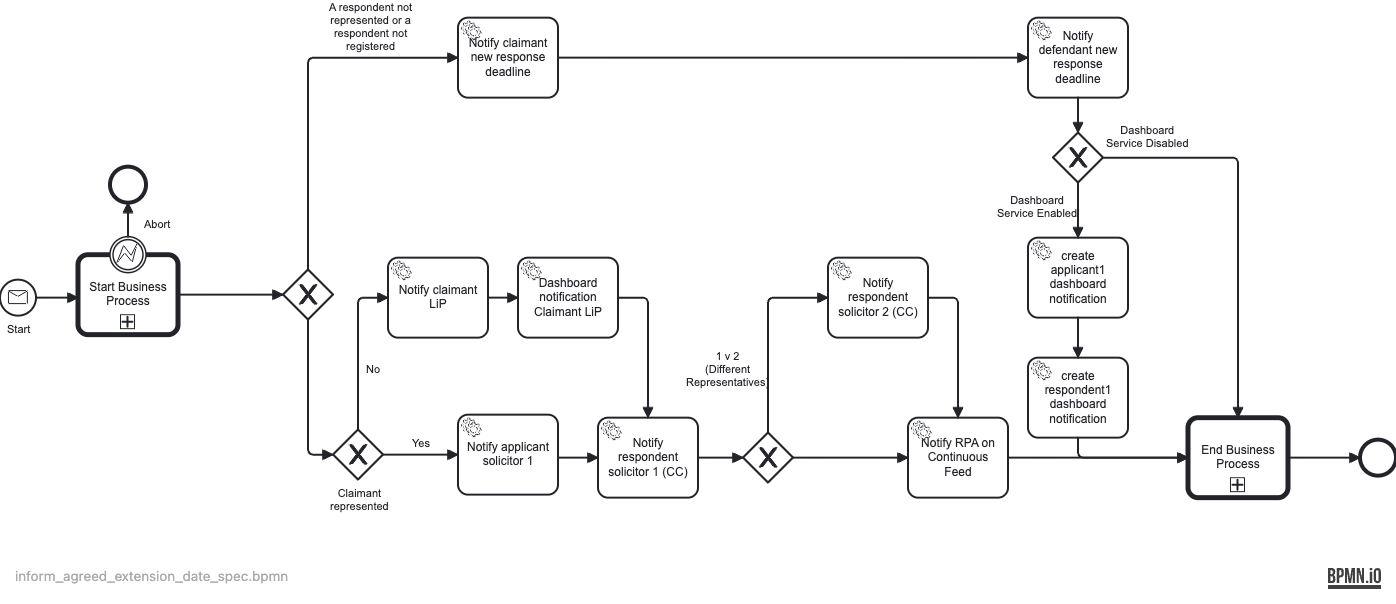
The BPMN diagram docs/bpmn-diagrams/inform_agreed_extension_date_spec.png in hmcts/civil-service, before a commit. Its source is kept beside it as src/main/resources/camunda/inform_agreed_extension_date_spec.bpmn. Ids are renumbered.
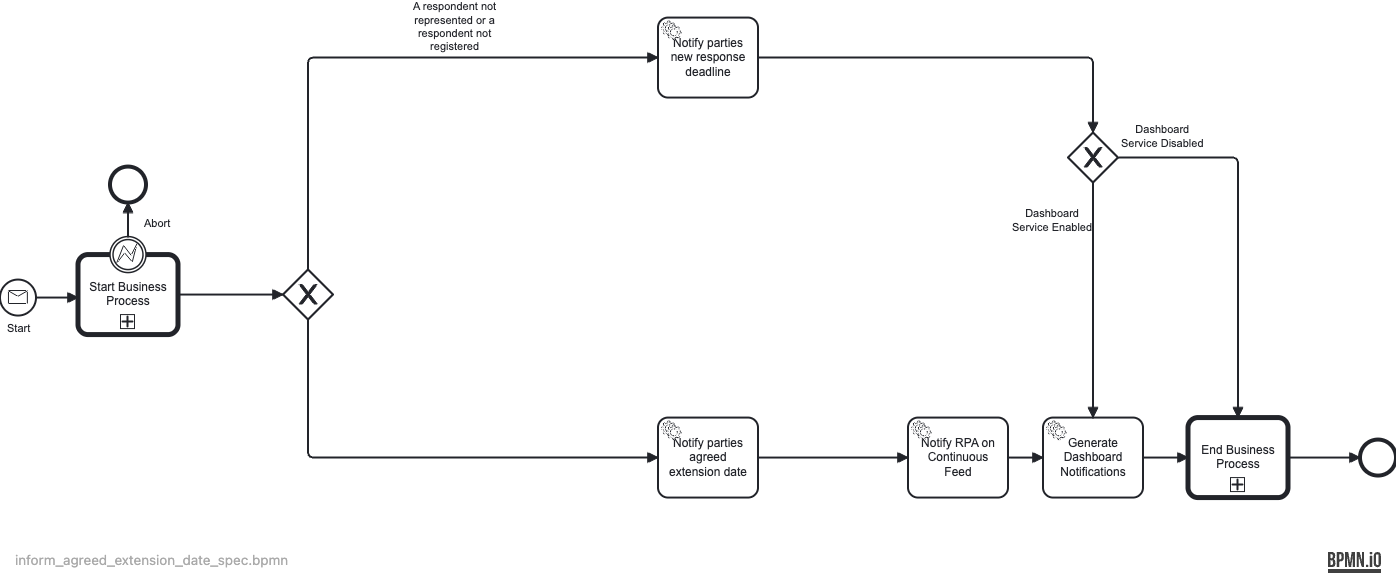
Later version of the same file.

Change to the diagram source:
```diff
@@ -75,7 +75,7 @@
       <bpmn:documentation>${(!empty flowFlags.UNREPRESENTED_DEFENDANT_ONE &amp;&amp; flowFlags.UNREPRESENTED_DEFENDANT_ONE)}</bpmn:documentation>
       <bpmn:conditionExpression xsi:type="bpmn:tFormalExpression">${(!empty flowFlags.UNREPRESENTED_DEFENDANT_ONE &amp;&amp; flowFlags.UNREPRESENTED_DEFENDANT_ONE)}</bpmn:conditionExpression>
     </bpmn:sequenceFlow>
-    <bpmn:serviceTask id="GenerateDashboardNotificationsInformAgreedExtensionDateSpec" name="Generate Dashboard Notifications" camunda:type="external" camunda:topic="processCaseEvent">
+    <bpmn:serviceTask id="GenerateDashboardNotificationsInformAgreedExtensionDateSpec" name="Generate Dashboard Notifications" camunda:type="external" camunda:topic="dashboardNotifications">
       <bpmn:extensionElements>
         <camunda:inputOutput>
           <camunda:inputParameter name="caseEvent">DASHBOARD_NOTIFICATION_EVENT</camunda:inputParameter>
```
